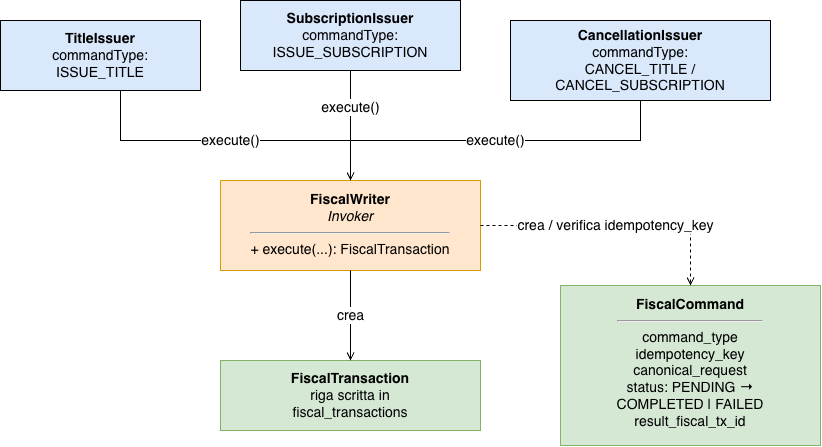
Leddosja/thesis-EdisHodja keeps this draw.io diagram as img/patterns/command.png. Above is the earlier version. Source tidied: cells renumbered, new cells last; positions are measured from the earlier drawing's top-left corner, leaving out a move shared by most shapes.
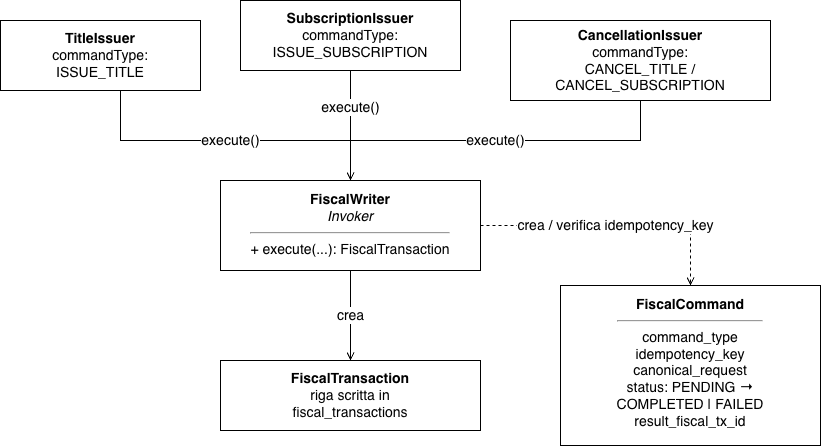
Later version of the same file.

What changed in the source:
```diff
@@ -2,22 +2,22 @@
   <root>
     <mxCell id="0" />
     <mxCell id="1" parent="0" />
-    <mxCell id="2" value="&lt;b&gt;TitleIssuer&lt;/b&gt;&lt;br&gt;commandType:&lt;br&gt;ISSUE_TITLE" style="rounded=0;whiteSpace=wrap;html=1;align=center;verticalAlign=middle;fontSize=14;fillColor=#dae8fc;strokeColor=#000000;" parent="1" vertex="1">
+    <mxCell id="2" value="&lt;b&gt;TitleIssuer&lt;/b&gt;&lt;br&gt;commandType:&lt;br&gt;ISSUE_TITLE" style="rounded=0;whiteSpace=wrap;html=1;align=center;verticalAlign=middle;fontSize=14;fillColor=none;strokeColor=#000000;" parent="1" vertex="1">
       <mxGeometry y="20" width="200" height="70" as="geometry" />
     </mxCell>
-    <mxCell id="3" value="&lt;b&gt;SubscriptionIssuer&lt;/b&gt;&lt;br&gt;commandType:&lt;br&gt;ISSUE_SUBSCRIPTION" style="rounded=0;whiteSpace=wrap;html=1;align=center;verticalAlign=middle;fontSize=14;fillColor=#dae8fc;strokeColor=#000000;" parent="1" vertex="1">
+    <mxCell id="3" value="&lt;b&gt;SubscriptionIssuer&lt;/b&gt;&lt;br&gt;commandType:&lt;br&gt;ISSUE_SUBSCRIPTION" style="rounded=0;whiteSpace=wrap;html=1;align=center;verticalAlign=middle;fontSize=14;fillColor=none;strokeColor=#000000;" parent="1" vertex="1">
       <mxGeometry x="240" width="220" height="70" as="geometry" />
     </mxCell>
-    <mxCell id="4" value="&lt;b&gt;CancellationIssuer&lt;/b&gt;&lt;br&gt;commandType:&lt;br&gt;CANCEL_TITLE /&lt;br&gt;CANCEL_SUBSCRIPTION" style="rounded=0;whiteSpace=wrap;html=1;align=center;verticalAlign=middle;fontSize=14;fillColor=#dae8fc;strokeColor=#000000;" parent="1" vertex="1">
+    <mxCell id="4" value="&lt;b&gt;CancellationIssuer&lt;/b&gt;&lt;br&gt;commandType:&lt;br&gt;CANCEL_TITLE /&lt;br&gt;CANCEL_SUBSCRIPTION" style="rounded=0;whiteSpace=wrap;html=1;align=center;verticalAlign=middle;fontSize=14;fillColor=none;strokeColor=#000000;" parent="1" vertex="1">
       <mxGeometry x="510" y="20" width="260" height="80" as="geometry" />
     </mxCell>
-    <mxCell id="5" value="&lt;b&gt;FiscalWriter&lt;/b&gt;&lt;br&gt;&lt;i&gt;Invoker&lt;/i&gt;&lt;hr&gt;+ execute(...): FiscalTransaction" style="rounded=0;whiteSpace=wrap;html=1;align=center;verticalAlign=top;fontSize=14;spacing=6;fillColor=#ffe6cc;strokeColor=#d79b00;" parent="1" vertex="1">
+    <mxCell id="5" value="&lt;b&gt;FiscalWriter&lt;/b&gt;&lt;br&gt;&lt;i&gt;Invoker&lt;/i&gt;&lt;hr&gt;+ execute(...): FiscalTransaction" style="rounded=0;whiteSpace=wrap;html=1;align=center;verticalAlign=top;fontSize=14;spacing=6;fillColor=none;strokeColor=default;" parent="1" vertex="1">
       <mxGeometry x="220" y="180" width="260" height="90" as="geometry" />
     </mxCell>
-    <mxCell id="6" value="&lt;b&gt;FiscalCommand&lt;/b&gt;&lt;br&gt;&lt;hr&gt;command_type&lt;br&gt;idempotency_key&lt;br&gt;canonical_request&lt;br&gt;status: PENDING →&lt;br&gt;COMPLETED | FAILED&lt;br&gt;result_fiscal_tx_id" style="rounded=0;whiteSpace=wrap;html=1;align=center;verticalAlign=top;fontSize=14;spacing=6;fillColor=#d5e8d4;strokeColor=#82b366;" parent="1" vertex="1">
+    <mxCell id="6" value="&lt;b&gt;FiscalCommand&lt;/b&gt;&lt;br&gt;&lt;hr&gt;command_type&lt;br&gt;idempotency_key&lt;br&gt;canonical_request&lt;br&gt;status: PENDING →&lt;br&gt;COMPLETED | FAILED&lt;br&gt;result_fiscal_tx_id" style="rounded=0;whiteSpace=wrap;html=1;align=center;verticalAlign=top;fontSize=14;spacing=6;fillColor=none;strokeColor=default;" parent="1" vertex="1">
       <mxGeometry x="560" y="285" width="260" height="160" as="geometry" />
     </mxCell>
-    <mxCell id="7" value="&lt;b&gt;FiscalTransaction&lt;/b&gt;&lt;br&gt;riga scritta in&lt;br&gt;fiscal_transactions" style="rounded=0;whiteSpace=wrap;html=1;align=center;verticalAlign=middle;fontSize=14;fillColor=#d5e8d4;strokeColor=#82b366;" parent="1" vertex="1">
+    <mxCell id="7" value="&lt;b&gt;FiscalTransaction&lt;/b&gt;&lt;br&gt;riga scritta in&lt;br&gt;fiscal_transactions" style="rounded=0;whiteSpace=wrap;html=1;align=center;verticalAlign=middle;fontSize=14;fillColor=none;strokeColor=default;" parent="1" vertex="1">
       <mxGeometry x="220" y="360" width="260" height="70" as="geometry" />
     </mxCell>
     <mxCell id="8" value="execute()" style="edgeStyle=orthogonalEdgeStyle;rounded=0;html=1;fontSize=14;endArrow=open;elbow=vertical;" parent="1" edge="1" source="2" target="5">
```
